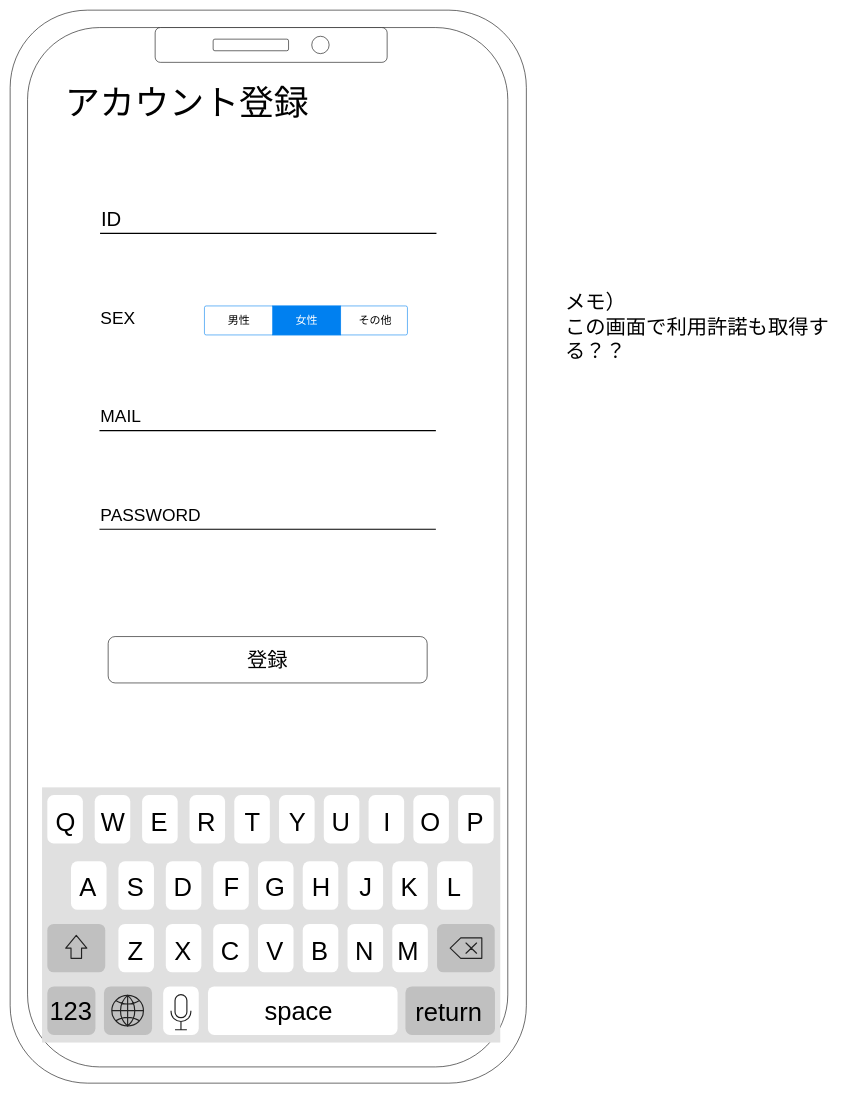
Before: page "No.3 新規登録" (5 of 18) of StampRallyUI.drawio in SUGYKEN/-Stamp-Rally, a draw.io diagram. Source tidied: cells renumbered, new cells numbered last; positions are measured from the earlier drawing's top-left corner, leaving out a move shared by most shapes. Both pictures are drawn from the tidied source at 58%, with x=0, y=0 at pixel (10, 10).
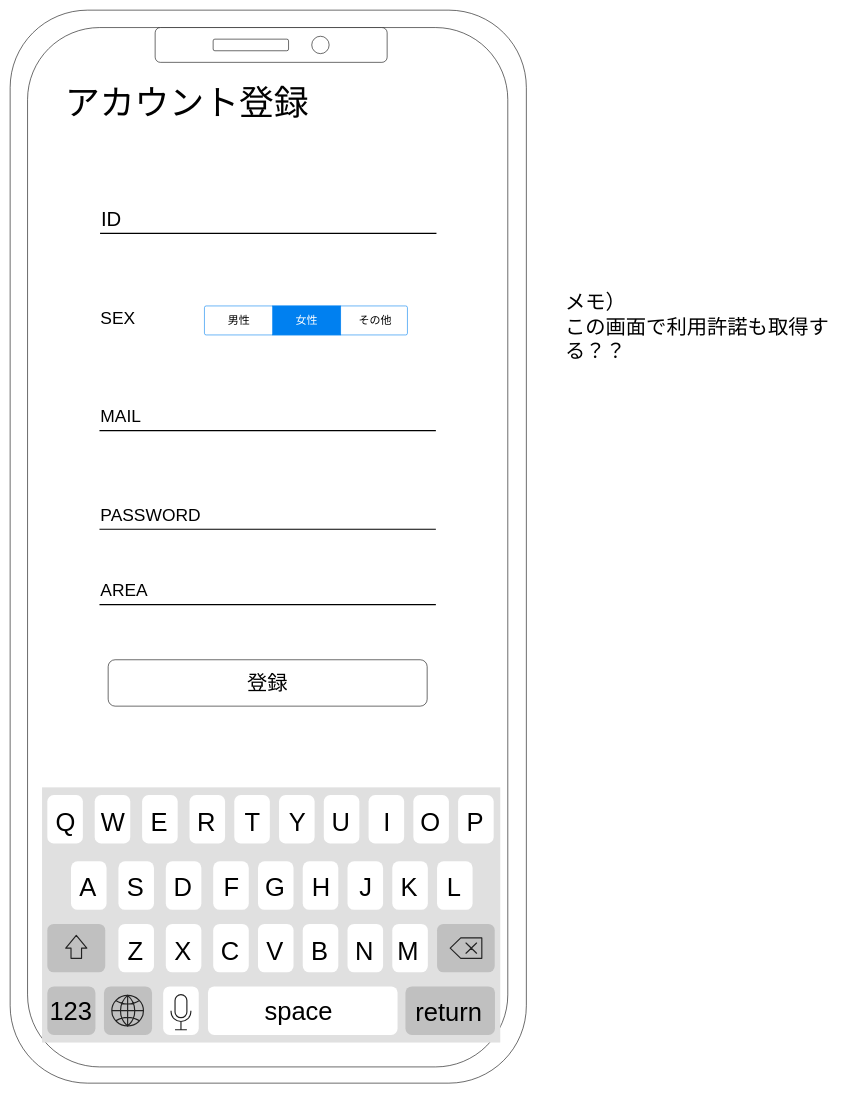
The same page after the edit.

The edit, as a diff of the source:
```diff
@@
     <mxCell id="11" value="&lt;font style=&quot;font-size: 35px&quot;&gt;登録&lt;/font&gt;" style="rounded=1;whiteSpace=wrap;html=1;fontSize=30;" parent="1" vertex="1">
-      <mxGeometry x="169" y="1080" width="550" height="80" as="geometry" />
+      <mxGeometry x="169" y="1120" width="550" height="80" as="geometry" />
     </mxCell>
@@
+    <mxCell id="23" style="line;strokeWidth=2;html=1;fontSize=30;" parent="1" vertex="1">
+      <mxGeometry x="154" y="1020" width="580" height="10" as="geometry" />
+    </mxCell>
+    <mxCell id="24" value="AREA" style="text;html=1;strokeColor=none;fillColor=none;align=left;verticalAlign=middle;whiteSpace=wrap;rounded=0;fontSize=30;" parent="1" vertex="1">
+      <mxGeometry x="154" y="990" width="210" height="20" as="geometry" />
+    </mxCell>
```
